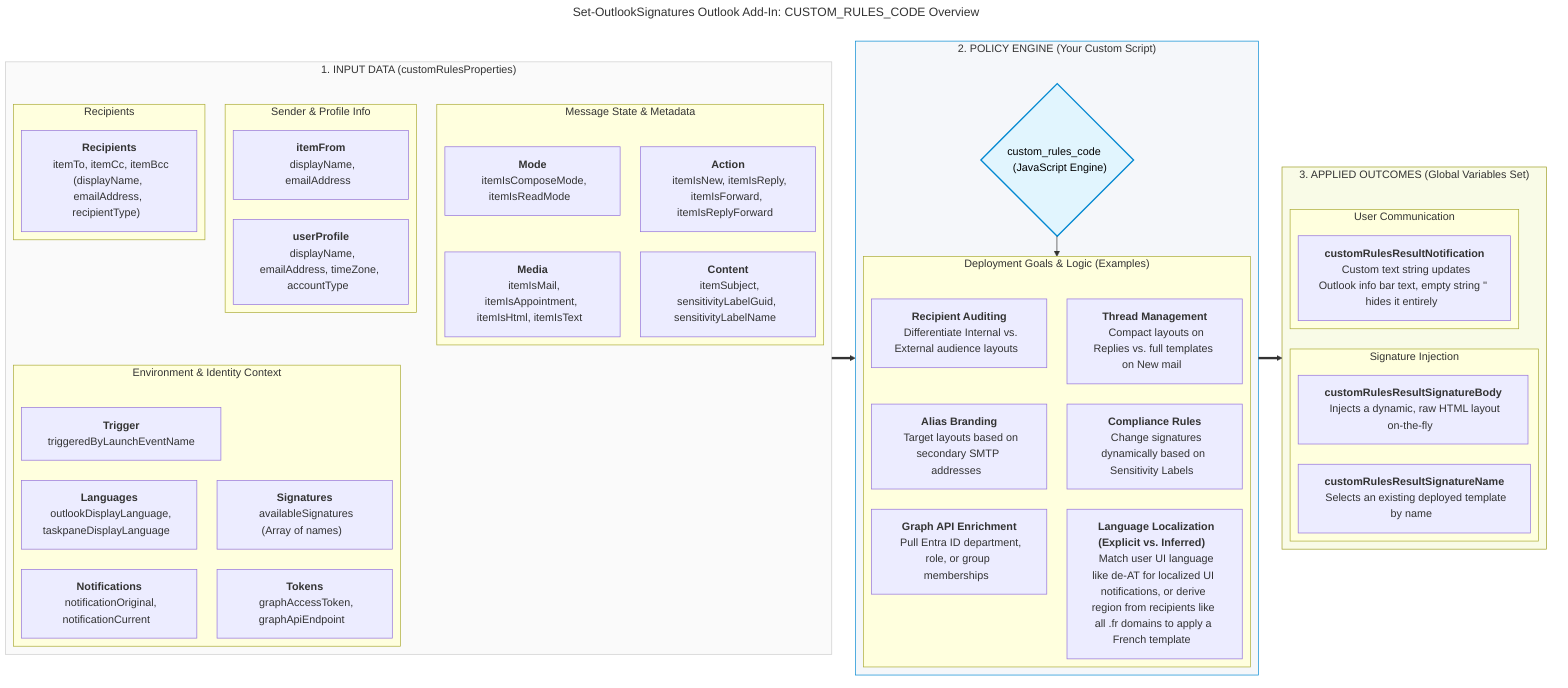
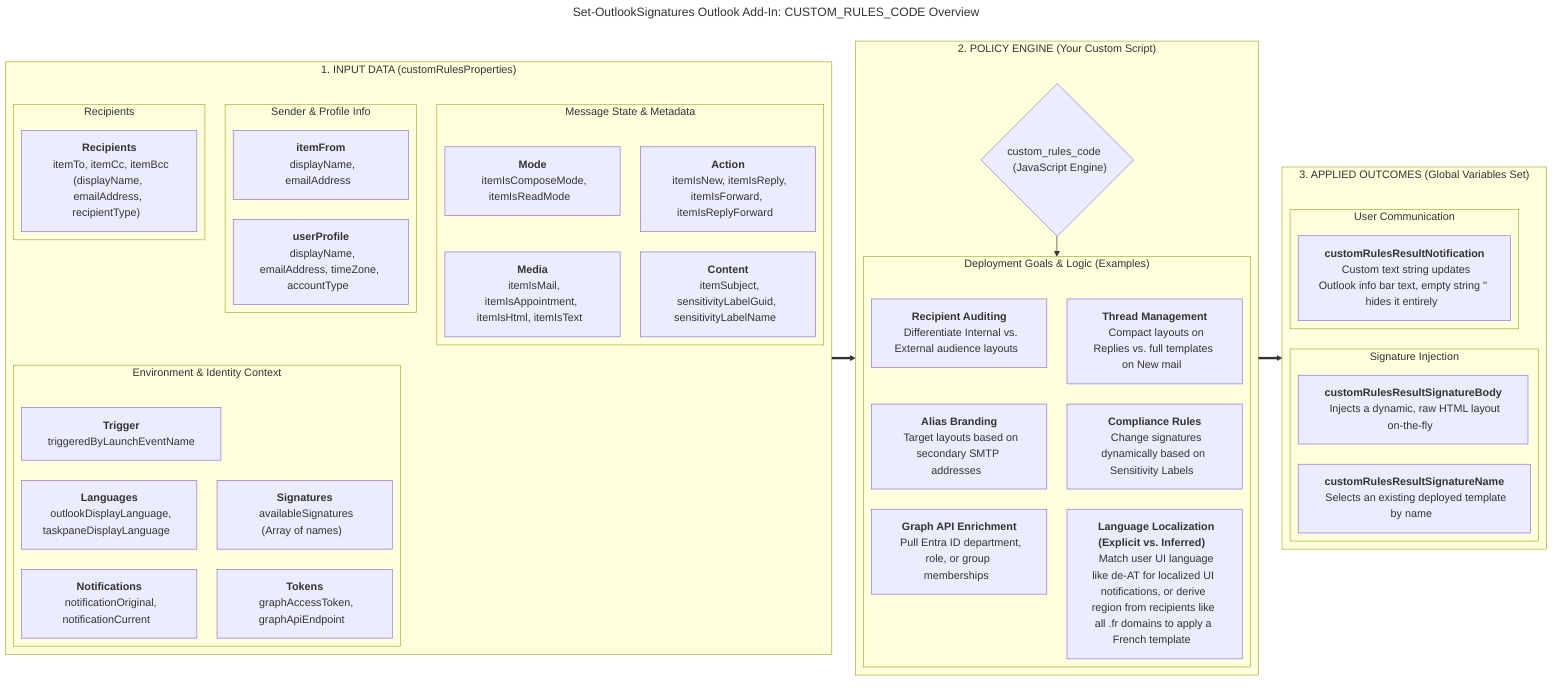
---
title: "Set-OutlookSignatures Outlook Add-In: CUSTOM_RULES_CODE Overview"
config:
  layout: elk
---
flowchart LR
    %% STAGE 1: INPUT CONTEXT DATA
    subgraph STAGE1 ["&nbsp;&nbsp;1. INPUT DATA (customRulesProperties)&nbsp;&nbsp;"]
        direction TB

        subgraph Group1 ["&nbsp;&nbsp;Sender & Profile Info&nbsp;&nbsp;"]
            direction TB
            D1["&nbsp;&nbsp;<b>userProfile</b>&nbsp;&nbsp;<br>&nbsp;&nbsp;displayName, emailAddress, timeZone, accountType&nbsp;&nbsp;"]
            D2["&nbsp;&nbsp;<b>itemFrom</b>&nbsp;&nbsp;<br>&nbsp;&nbsp;displayName, emailAddress&nbsp;&nbsp;"]
        end

        subgraph Group2 ["&nbsp;&nbsp;Message State & Metadata&nbsp;&nbsp;"]
            direction TB
            M1["&nbsp;&nbsp;<b>Mode</b>&nbsp;&nbsp;<br>&nbsp;&nbsp;itemIsComposeMode, itemIsReadMode&nbsp;&nbsp;"]
            M2["&nbsp;&nbsp;<b>Action</b>&nbsp;&nbsp;<br>&nbsp;&nbsp;itemIsNew, itemIsReply, itemIsForward, itemIsReplyForward&nbsp;&nbsp;"]
            M3["&nbsp;&nbsp;<b>Media</b>&nbsp;&nbsp;<br>&nbsp;&nbsp;itemIsMail, itemIsAppointment, itemIsHtml, itemIsText&nbsp;&nbsp;"]
            M4["&nbsp;&nbsp;<b>Content</b>&nbsp;&nbsp;<br>&nbsp;&nbsp;itemSubject, sensitivityLabelGuid, sensitivityLabelName&nbsp;&nbsp;"]
        end

        subgraph Group3 ["&nbsp;&nbsp;Recipients&nbsp;&nbsp;"]
            direction TB
            E1["&nbsp;&nbsp;<b>Recipients</b>&nbsp;&nbsp;<br>&nbsp;&nbsp;itemTo, itemCc, itemBcc (displayName, emailAddress, recipientType)&nbsp;&nbsp;"]
        end

        subgraph Group4 ["&nbsp;&nbsp;Environment & Identity Context&nbsp;&nbsp;"]
            direction TB
            E2["&nbsp;&nbsp;<b>Languages</b>&nbsp;&nbsp;<br>&nbsp;&nbsp;outlookDisplayLanguage, taskpaneDisplayLanguage&nbsp;&nbsp;"]
            E3["&nbsp;&nbsp;<b>Trigger</b>&nbsp;&nbsp;<br>&nbsp;&nbsp;triggeredByLaunchEventName&nbsp;&nbsp;"]
            E4["&nbsp;&nbsp;<b>Signatures</b>&nbsp;&nbsp;<br>&nbsp;&nbsp;availableSignatures (Array of names)&nbsp;&nbsp;"]
            E5["&nbsp;&nbsp;<b>Notifications</b>&nbsp;&nbsp;<br>&nbsp;&nbsp;notificationOriginal, notificationCurrent&nbsp;&nbsp;"]
            E6["&nbsp;&nbsp;<b>Tokens</b>&nbsp;&nbsp;<br>&nbsp;&nbsp;graphAccessToken, graphApiEndpoint&nbsp;&nbsp;"]
        end
    end

    %% STAGE 2: PROCESSING ENGINE
    subgraph STAGE2 ["&nbsp;&nbsp;2. POLICY ENGINE (Your Custom Script)&nbsp;&nbsp;"]
        direction TB
        Engine{"custom_rules_code&nbsp;&nbsp;<br>&nbsp;&nbsp;(JavaScript Engine)"}

        subgraph UseCases ["&nbsp;&nbsp;Deployment Goals & Logic (Examples)&nbsp;&nbsp;"]
            direction TB
            UC1["&nbsp;&nbsp;<b>Recipient Auditing</b>&nbsp;&nbsp;<br>&nbsp;&nbsp;Differentiate Internal vs. External audience layouts&nbsp;&nbsp;"]
            UC2["&nbsp;&nbsp;<b>Thread Management</b>&nbsp;&nbsp;<br>&nbsp;&nbsp;Compact layouts on Replies vs. full templates on New mail&nbsp;&nbsp;"]
            UC3["&nbsp;&nbsp;<b>Alias Branding</b>&nbsp;&nbsp;<br>&nbsp;&nbsp;Target layouts based on secondary SMTP addresses&nbsp;&nbsp;"]
            UC4["&nbsp;&nbsp;<b>Compliance Rules</b>&nbsp;&nbsp;<br>&nbsp;&nbsp;Change signatures dynamically based on Sensitivity Labels&nbsp;&nbsp;"]
            UC5["&nbsp;&nbsp;<b>Graph API Enrichment</b>&nbsp;&nbsp;<br>&nbsp;&nbsp;Pull Entra ID department, role, or group memberships&nbsp;&nbsp;"]
            UC6["&nbsp;&nbsp;<b>Language Localization (Explicit vs. Inferred)</b>&nbsp;&nbsp;<br>&nbsp;&nbsp;Match user UI language like de-AT for localized UI notifications, or derive region from recipients like all .fr domains to apply a French template&nbsp;&nbsp;"]
        end

        Engine --> UseCases
    end

    %% STAGE 3: OUTPUT ACTIONS
    subgraph STAGE3 ["&nbsp;&nbsp;3. APPLIED OUTCOMES (Global Variables Set)&nbsp;&nbsp;"]
        direction TB

        subgraph OutSig ["&nbsp;&nbsp;Signature Injection&nbsp;&nbsp;"]
            O1["&nbsp;&nbsp;<b>customRulesResultSignatureName</b>&nbsp;&nbsp;<br>&nbsp;&nbsp;Selects an existing deployed template by name&nbsp;&nbsp;"]
            O2["&nbsp;&nbsp;<b>customRulesResultSignatureBody</b>&nbsp;&nbsp;<br>&nbsp;&nbsp;Injects a dynamic, raw HTML layout on-the-fly&nbsp;&nbsp;"]
        end

        subgraph OutNotif ["&nbsp;&nbsp;User Communication&nbsp;&nbsp;"]
            O3["&nbsp;&nbsp;<b>customRulesResultNotification</b>&nbsp;&nbsp;<br>&nbsp;&nbsp;Custom text string updates Outlook info bar text, empty string '' hides it entirely&nbsp;&nbsp;"]
        end
    end

    %% STAGE-TO-STAGE PIPELINE LINKS ONLY
    STAGE1 ===> STAGE2
-     STAGE2 ===> STAGE3
- 
-     %% Global Node & Container Styling
-     style Engine fill:#e1f5fe,stroke:#0288d1,stroke-width:2px,color:#000
-     style STAGE1 fill:#fafafa,stroke:#ccc,stroke-width:1px
-     style STAGE2 fill:#f5f7fa,stroke:#0288d1,stroke-width:1px
-     style STAGE3 fill:#f9fbe7,stroke:#9e9d24,stroke-width:1px+     STAGE2 ===> STAGE3